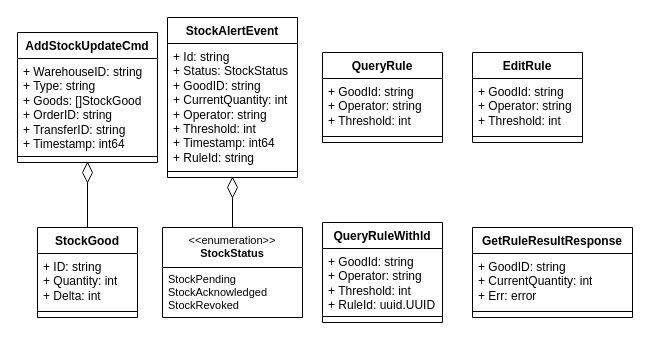
Above: page "types" (4 of 4) of assets/drawio/notification.drawio in alimitedgroup/alimitedgroup.github.io (draw.io), before the change. Source tidied: cells renumbered, new cells numbered last; positions are measured from the earlier drawing's top-left corner, leaving out a move shared by most shapes. Both pictures are drawn from the tidied source at 100%, with x=0, y=0 at pixel (17, 17).
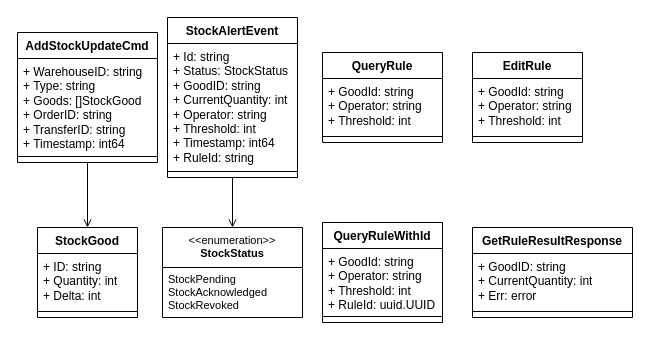
After the change.

The change refers to these unchanged cells:
```xml
<mxCell id="14" value="AddStockUpdateCmd" style="swimlane;fontStyle=1;align=center;verticalAlign=top;horizontal=1;startSize=26;whiteSpace=wrap;html=1;" parent="1" vertex="1">
  <mxGeometry y="15" width="140" height="130" as="geometry" />
</mxCell>
<mxCell id="18" value="StockGood" style="swimlane;fontStyle=1;align=center;verticalAlign=top;horizontal=1;startSize=26;whiteSpace=wrap;html=1;" parent="1" vertex="1">
  <mxGeometry x="20" y="210" width="100" height="90" as="geometry" />
</mxCell>
<mxCell id="26" value="StockAlertEvent" style="swimlane;fontStyle=1;align=center;verticalAlign=top;horizontal=1;startSize=26;whiteSpace=wrap;html=1;" parent="1" vertex="1">
  <mxGeometry x="150" width="130" height="160" as="geometry" />
</mxCell>
<mxCell id="30" value="&amp;lt;&amp;lt;enumeration&amp;gt;&amp;gt;&lt;br&gt;&lt;b&gt;StockStatus&lt;/b&gt;" style="swimlane;fontStyle=0;align=center;verticalAlign=top;horizontal=1;startSize=40;html=1;whiteSpace=wrap;fontFamily=Helvetica;fontSize=11;fontColor=default;labelBackgroundColor=default;" parent="1" vertex="1">
  <mxGeometry x="145" y="210" width="140" height="90" as="geometry" />
</mxCell>
```

Diff of the diagram source:
```diff
@@
+    <mxCell id="36" style="edgeStyle=orthogonalEdgeStyle;rounded=0;jettySize=auto;html=1;entryX=0.5;entryY=0;entryDx=0;entryDy=0;endArrow=open;endFill=0;" parent="1" edge="1" source="14" target="18">
+      <mxGeometry relative="1" as="geometry" />
+    </mxCell>
@@
+    <mxCell id="37" style="edgeStyle=orthogonalEdgeStyle;rounded=0;jettySize=auto;html=1;entryX=0.5;entryY=0;entryDx=0;entryDy=0;endArrow=open;endFill=0;" parent="1" edge="1" source="26" target="30">
+      <mxGeometry relative="1" as="geometry" />
+    </mxCell>
@@
-    <mxCell id="32" style="endArrow=none;html=1;rounded=0;endFill=0;endSize=7;strokeColor=default;align=center;verticalAlign=middle;fontFamily=Helvetica;fontSize=11;fontColor=default;labelBackgroundColor=default;edgeStyle=orthogonalEdgeStyle;entryX=0.5;entryY=0;entryDx=0;entryDy=0;exitX=0.5;exitY=1;exitDx=0;exitDy=0;startFill=0;" parent="1" edge="1" source="33" target="30">
-      <mxGeometry relative="1" as="geometry" />
-    </mxCell>
-    <mxCell id="33" style="rhombus;whiteSpace=wrap;html=1;fontFamily=Helvetica;fontSize=11;fontColor=default;labelBackgroundColor=default;" parent="1" vertex="1">
-      <mxGeometry x="210" y="160" width="10" height="20" as="geometry" />
-    </mxCell>
-    <mxCell id="34" style="rhombus;whiteSpace=wrap;html=1;fontFamily=Helvetica;fontSize=11;fontColor=default;labelBackgroundColor=default;" parent="1" vertex="1">
-      <mxGeometry x="65" y="145" width="10" height="20" as="geometry" />
-    </mxCell>
-    <mxCell id="35" style="endArrow=none;html=1;rounded=0;endFill=0;endSize=7;strokeColor=default;align=center;verticalAlign=middle;fontFamily=Helvetica;fontSize=11;fontColor=default;labelBackgroundColor=default;edgeStyle=orthogonalEdgeStyle;entryX=0.5;entryY=0;entryDx=0;entryDy=0;exitX=0.5;exitY=1;exitDx=0;exitDy=0;startFill=0;" parent="1" edge="1" source="34" target="18">
-      <mxGeometry relative="1" as="geometry" />
-    </mxCell>
```
